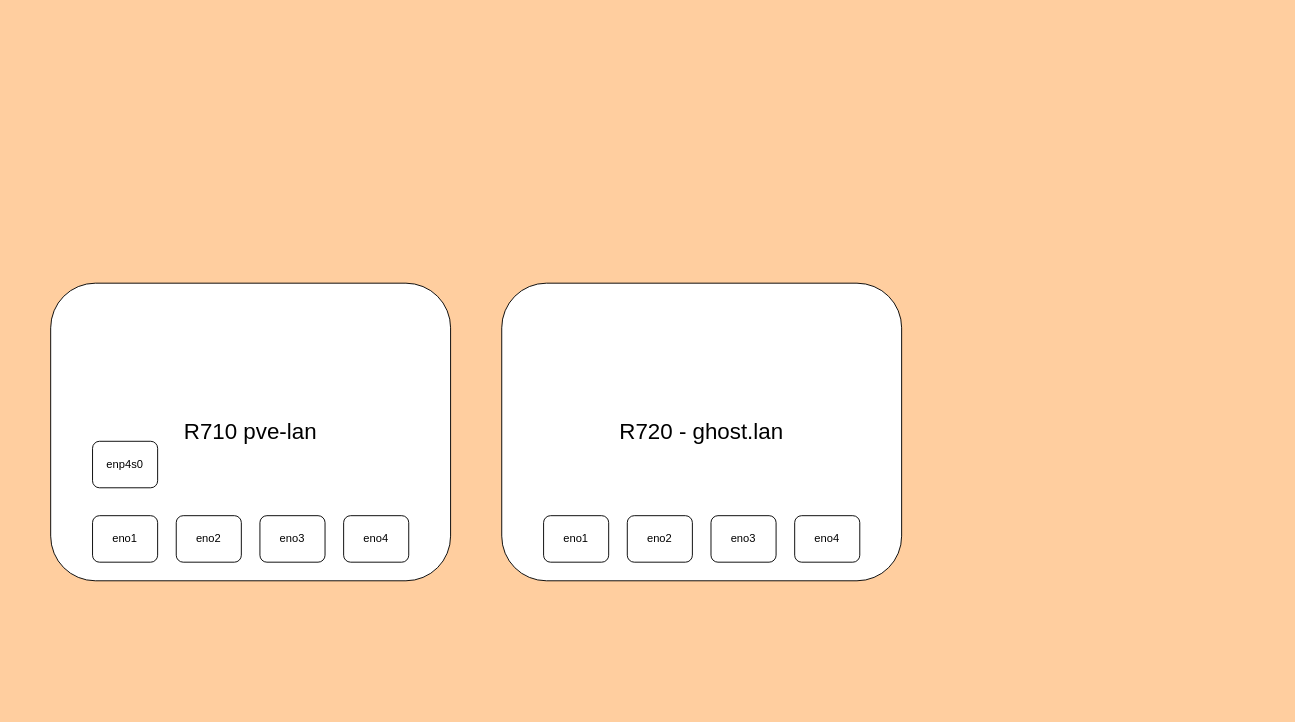
ryanthemcpherson/ryanthemcpherson.github.io keeps this draw.io diagram as Untitled Diagram.drawio. Above is the earlier version. Source tidied: cells renumbered, new cells numbered last; positions are measured from the earlier drawing's top-left corner, leaving out a move shared by most shapes. Both pictures are drawn from the tidied source at 93%, with x=0, y=0 at pixel (50, 283).
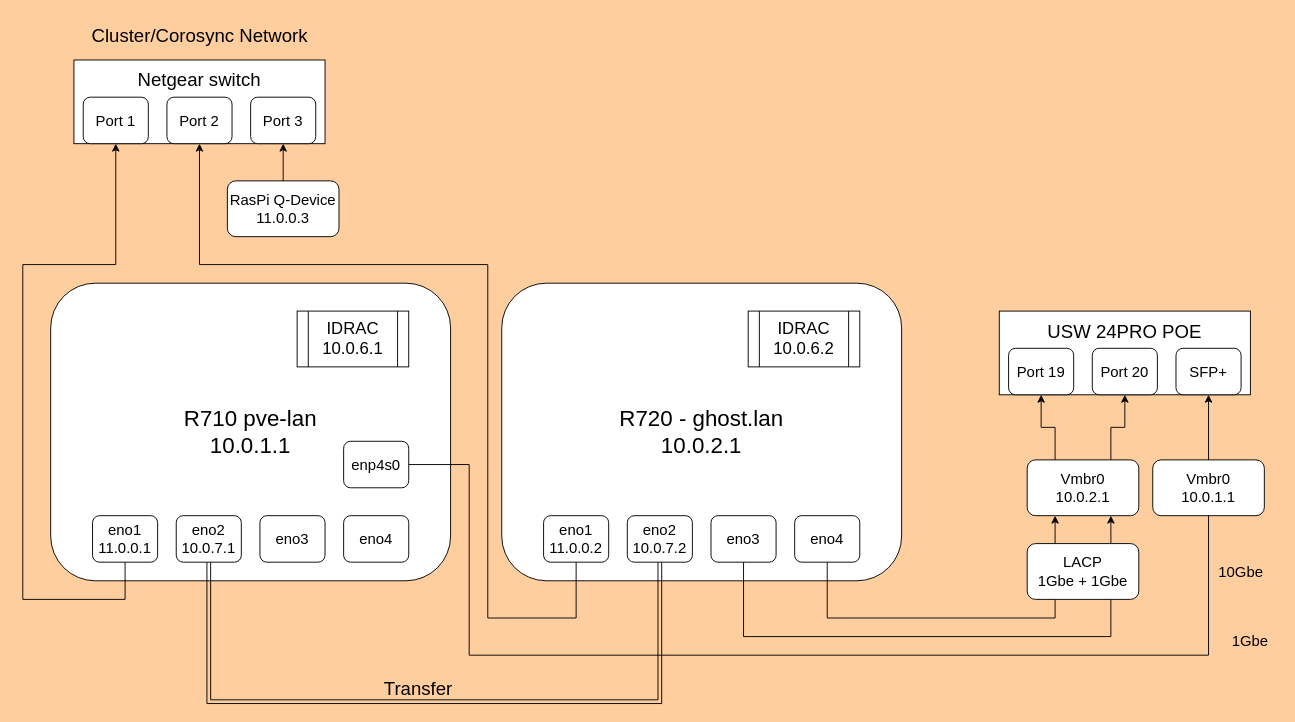
The same page after the edit.

The edit, as a diff of the source:
```diff
@@
-    <mxCell id="2" value="&lt;font style=&quot;font-size: 24px;&quot;&gt;R710 pve-lan&lt;/font&gt;" style="rounded=1;whiteSpace=wrap;html=1;" parent="1" vertex="1">
+    <mxCell id="2" value="&lt;font style=&quot;font-size: 24px;&quot;&gt;R710 pve-lan&lt;br&gt;10.0.1.1&lt;br&gt;&lt;/font&gt;" style="rounded=1;whiteSpace=wrap;html=1;" parent="1" vertex="1">
       <mxGeometry width="430" height="320" as="geometry" />
     </mxCell>
-    <mxCell id="3" value="&lt;font style=&quot;font-size: 24px;&quot;&gt;R720 - ghost.lan&lt;/font&gt;" style="rounded=1;whiteSpace=wrap;html=1;" parent="1" vertex="1">
+    <mxCell id="3" value="&lt;font style=&quot;font-size: 24px;&quot;&gt;R720 - ghost.lan&lt;br&gt;10.0.2.1&lt;br&gt;&lt;/font&gt;" style="rounded=1;whiteSpace=wrap;html=1;" parent="1" vertex="1">
       <mxGeometry x="485" width="430" height="320" as="geometry" />
     </mxCell>
+    <mxCell id="13" style="edgeStyle=orthogonalEdgeStyle;rounded=0;jettySize=auto;html=1;exitX=0.5;exitY=1;exitDx=0;exitDy=0;entryX=0.5;entryY=1;entryDx=0;entryDy=0;" parent="1" edge="1" source="4" target="32">
+      <mxGeometry relative="1" as="geometry">
+        <Array as="points">
+          <mxPoint x="565" y="360" />
+          <mxPoint x="470" y="360" />
+          <mxPoint x="470" y="-20" />
+          <mxPoint x="160" y="-20" />
+        </Array>
+      </mxGeometry>
+    </mxCell>
-    <mxCell id="4" value="eno1" style="rounded=1;whiteSpace=wrap;html=1;" parent="1" vertex="1">
+    <mxCell id="4" value="&lt;font style=&quot;font-size: 16px;&quot;&gt;eno1&lt;br&gt;11.0.0.2&lt;br&gt;&lt;/font&gt;" style="rounded=1;whiteSpace=wrap;html=1;" parent="1" vertex="1">
       <mxGeometry x="530" y="250" width="70" height="50" as="geometry" />
     </mxCell>
+    <mxCell id="14" style="edgeStyle=orthogonalEdgeStyle;rounded=0;jettySize=auto;html=1;exitX=0.5;exitY=1;exitDx=0;exitDy=0;shape=link;entryX=0.5;entryY=1;entryDx=0;entryDy=0;" parent="1" edge="1" source="5" target="9">
+      <mxGeometry relative="1" as="geometry">
+        <Array as="points">
+          <mxPoint x="655" y="450" />
+          <mxPoint x="170" y="450" />
+        </Array>
+      </mxGeometry>
+    </mxCell>
-    <mxCell id="5" value="eno2" style="rounded=1;whiteSpace=wrap;html=1;" parent="1" vertex="1">
+    <mxCell id="5" value="&lt;font style=&quot;font-size: 16px;&quot;&gt;eno2&lt;br&gt;10.0.7.2&lt;br&gt;&lt;/font&gt;" style="rounded=1;whiteSpace=wrap;html=1;" parent="1" vertex="1">
       <mxGeometry x="620" y="250" width="70" height="50" as="geometry" />
     </mxCell>
+    <mxCell id="15" style="edgeStyle=orthogonalEdgeStyle;rounded=0;jettySize=auto;html=1;exitX=0.5;exitY=1;exitDx=0;exitDy=0;entryX=0.75;entryY=1;entryDx=0;entryDy=0;" parent="1" edge="1" source="6" target="27">
+      <mxGeometry relative="1" as="geometry">
+        <Array as="points">
+          <mxPoint x="745" y="380" />
+          <mxPoint x="1140" y="380" />
+        </Array>
+      </mxGeometry>
+    </mxCell>
-    <mxCell id="6" value="eno3" style="rounded=1;whiteSpace=wrap;html=1;" parent="1" vertex="1">
+    <mxCell id="6" value="&lt;font style=&quot;font-size: 16px;&quot;&gt;eno3&lt;/font&gt;" style="rounded=1;whiteSpace=wrap;html=1;" parent="1" vertex="1">
       <mxGeometry x="710" y="250" width="70" height="50" as="geometry" />
     </mxCell>
+    <mxCell id="16" style="edgeStyle=orthogonalEdgeStyle;rounded=0;jettySize=auto;html=1;exitX=0.5;exitY=1;exitDx=0;exitDy=0;entryX=0.25;entryY=1;entryDx=0;entryDy=0;" parent="1" edge="1" source="7" target="27">
+      <mxGeometry relative="1" as="geometry">
+        <Array as="points">
+          <mxPoint x="835" y="360" />
+          <mxPoint x="1080" y="360" />
+        </Array>
+      </mxGeometry>
+    </mxCell>
-    <mxCell id="7" value="eno4" style="rounded=1;whiteSpace=wrap;html=1;" parent="1" vertex="1">
+    <mxCell id="7" value="&lt;font style=&quot;font-size: 16px;&quot;&gt;eno4&lt;/font&gt;" style="rounded=1;whiteSpace=wrap;html=1;" parent="1" vertex="1">
       <mxGeometry x="800" y="250" width="70" height="50" as="geometry" />
     </mxCell>
+    <mxCell id="17" style="edgeStyle=orthogonalEdgeStyle;rounded=0;jettySize=auto;html=1;exitX=0.5;exitY=1;exitDx=0;exitDy=0;entryX=0.5;entryY=1;entryDx=0;entryDy=0;" parent="1" edge="1" source="8" target="31">
+      <mxGeometry relative="1" as="geometry">
+        <Array as="points">
+          <mxPoint x="80" y="340" />
+          <mxPoint x="-30" y="340" />
+          <mxPoint x="-30" y="-20" />
+          <mxPoint x="70" y="-20" />
+        </Array>
+      </mxGeometry>
+    </mxCell>
-    <mxCell id="8" value="eno1" style="rounded=1;whiteSpace=wrap;html=1;" parent="1" vertex="1">
+    <mxCell id="8" value="&lt;font style=&quot;font-size: 16px;&quot;&gt;eno1&lt;br&gt;11.0.0.1&lt;br&gt;&lt;/font&gt;" style="rounded=1;whiteSpace=wrap;html=1;" parent="1" vertex="1">
       <mxGeometry x="45" y="250" width="70" height="50" as="geometry" />
     </mxCell>
-    <mxCell id="9" value="eno2" style="rounded=1;whiteSpace=wrap;html=1;" parent="1" vertex="1">
+    <mxCell id="9" value="&lt;font style=&quot;font-size: 16px;&quot;&gt;eno2&lt;br&gt;10.0.7.1&lt;br&gt;&lt;/font&gt;" style="rounded=1;whiteSpace=wrap;html=1;" parent="1" vertex="1">
       <mxGeometry x="135" y="250" width="70" height="50" as="geometry" />
     </mxCell>
-    <mxCell id="10" value="eno3" style="rounded=1;whiteSpace=wrap;html=1;" parent="1" vertex="1">
+    <mxCell id="10" value="&lt;font style=&quot;font-size: 16px;&quot;&gt;eno3&lt;/font&gt;" style="rounded=1;whiteSpace=wrap;html=1;" parent="1" vertex="1">
       <mxGeometry x="225" y="250" width="70" height="50" as="geometry" />
     </mxCell>
-    <mxCell id="11" value="eno4" style="rounded=1;whiteSpace=wrap;html=1;" parent="1" vertex="1">
+    <mxCell id="11" value="&lt;font style=&quot;font-size: 16px;&quot;&gt;eno4&lt;/font&gt;" style="rounded=1;whiteSpace=wrap;html=1;" parent="1" vertex="1">
       <mxGeometry x="315" y="250" width="70" height="50" as="geometry" />
     </mxCell>
+    <mxCell id="18" style="edgeStyle=orthogonalEdgeStyle;rounded=0;jettySize=auto;html=1;exitX=1;exitY=0.5;exitDx=0;exitDy=0;entryX=0.5;entryY=1;entryDx=0;entryDy=0;" parent="1" edge="1" source="12" target="24">
+      <mxGeometry relative="1" as="geometry">
+        <Array as="points">
+          <mxPoint x="450" y="195" />
+          <mxPoint x="450" y="400" />
+          <mxPoint x="1245" y="400" />
+        </Array>
+      </mxGeometry>
+    </mxCell>
-    <mxCell id="12" value="enp4s0" style="rounded=1;whiteSpace=wrap;html=1;" parent="1" vertex="1">
-      <mxGeometry x="45" y="170" width="70" height="50" as="geometry" />
+    <mxCell id="12" value="&lt;font style=&quot;font-size: 16px;&quot;&gt;enp4s0&lt;br&gt;&lt;/font&gt;" style="rounded=1;whiteSpace=wrap;html=1;" parent="1" vertex="1">
+      <mxGeometry x="315" y="170" width="70" height="50" as="geometry" />
     </mxCell>
+    <mxCell id="19" value="&lt;font style=&quot;font-size: 18px;&quot;&gt;IDRAC&lt;br&gt;10.0.6.1&lt;br&gt;&lt;/font&gt;" style="shape=process;whiteSpace=wrap;html=1;backgroundOutline=1;" parent="1" vertex="1">
+      <mxGeometry x="265" y="30" width="120" height="60" as="geometry" />
+    </mxCell>
+    <mxCell id="20" value="&lt;font style=&quot;font-size: 18px;&quot;&gt;IDRAC&lt;br&gt;10.0.6.2&lt;br&gt;&lt;/font&gt;" style="shape=process;whiteSpace=wrap;html=1;backgroundOutline=1;" parent="1" vertex="1">
+      <mxGeometry x="750" y="30" width="120" height="60" as="geometry" />
+    </mxCell>
+    <mxCell id="21" value="&lt;font style=&quot;font-size: 20px;&quot;&gt;USW 24PRO POE&lt;br&gt;&lt;br&gt;&lt;br&gt;&lt;/font&gt;" style="rounded=0;whiteSpace=wrap;html=1;" parent="1" vertex="1">
+      <mxGeometry x="1020" y="30" width="270" height="90" as="geometry" />
+    </mxCell>
+    <mxCell id="22" value="&lt;font style=&quot;font-size: 16px;&quot;&gt;Port 19&lt;/font&gt;" style="rounded=1;whiteSpace=wrap;html=1;" parent="1" vertex="1">
+      <mxGeometry x="1030" y="70" width="70" height="50" as="geometry" />
+    </mxCell>
+    <mxCell id="23" value="&lt;font style=&quot;font-size: 16px;&quot;&gt;Port 20&lt;/font&gt;" style="rounded=1;whiteSpace=wrap;html=1;" parent="1" vertex="1">
+      <mxGeometry x="1120" y="70" width="70" height="50" as="geometry" />
+    </mxCell>
+    <mxCell id="24" value="&lt;font style=&quot;font-size: 16px;&quot;&gt;SFP+&lt;/font&gt;" style="rounded=1;whiteSpace=wrap;html=1;" parent="1" vertex="1">
+      <mxGeometry x="1210" y="70" width="70" height="50" as="geometry" />
+    </mxCell>
+    <mxCell id="25" style="edgeStyle=orthogonalEdgeStyle;rounded=0;jettySize=auto;html=1;exitX=0.25;exitY=0;exitDx=0;exitDy=0;entryX=0.5;entryY=1;entryDx=0;entryDy=0;" parent="1" edge="1" source="27" target="22">
+      <mxGeometry relative="1" as="geometry" />
+    </mxCell>
+    <mxCell id="26" style="edgeStyle=orthogonalEdgeStyle;rounded=0;jettySize=auto;html=1;exitX=0.75;exitY=0;exitDx=0;exitDy=0;entryX=0.5;entryY=1;entryDx=0;entryDy=0;" parent="1" edge="1" source="27" target="23">
+      <mxGeometry relative="1" as="geometry" />
+    </mxCell>
+    <mxCell id="27" value="&lt;span style=&quot;font-size: 16px;&quot;&gt;Vmbr0&lt;br style=&quot;font-size: 16px;&quot;&gt;&lt;/span&gt;10.0.2.1" style="rounded=1;whiteSpace=wrap;html=1;fontSize=16;" parent="1" vertex="1">
+      <mxGeometry x="1050" y="190" width="120" height="60" as="geometry" />
+    </mxCell>
+    <mxCell id="28" style="edgeStyle=orthogonalEdgeStyle;rounded=0;jettySize=auto;html=1;exitX=0.5;exitY=0;exitDx=0;exitDy=0;" parent="1" edge="1" source="29" target="33">
+      <mxGeometry relative="1" as="geometry" />
+    </mxCell>
+    <mxCell id="29" value="RasPi Q-Device&lt;br&gt;11.0.0.3" style="rounded=1;whiteSpace=wrap;html=1;fontSize=16;" parent="1" vertex="1">
+      <mxGeometry x="190" y="-110" width="120" height="60" as="geometry" />
+    </mxCell>
+    <mxCell id="30" value="&lt;font style=&quot;font-size: 20px;&quot;&gt;Netgear switch&lt;br&gt;&lt;br&gt;&lt;br&gt;&lt;/font&gt;" style="rounded=0;whiteSpace=wrap;html=1;" parent="1" vertex="1">
+      <mxGeometry x="25" y="-240" width="270" height="90" as="geometry" />
+    </mxCell>
+    <mxCell id="31" value="&lt;font style=&quot;font-size: 16px;&quot;&gt;Port 1&lt;/font&gt;" style="rounded=1;whiteSpace=wrap;html=1;" parent="1" vertex="1">
+      <mxGeometry x="35" y="-200" width="70" height="50" as="geometry" />
+    </mxCell>
+    <mxCell id="32" value="&lt;font style=&quot;font-size: 16px;&quot;&gt;Port 2&lt;/font&gt;" style="rounded=1;whiteSpace=wrap;html=1;" parent="1" vertex="1">
+      <mxGeometry x="125" y="-200" width="70" height="50" as="geometry" />
+    </mxCell>
+    <mxCell id="33" value="&lt;font style=&quot;font-size: 16px;&quot;&gt;Port 3&lt;/font&gt;" style="rounded=1;whiteSpace=wrap;html=1;" parent="1" vertex="1">
+      <mxGeometry x="215" y="-200" width="70" height="50" as="geometry" />
+    </mxCell>
+    <mxCell id="34" value="&lt;span style=&quot;font-size: 16px;&quot;&gt;Vmbr0&lt;br style=&quot;font-size: 16px;&quot;&gt;&lt;/span&gt;10.0.1.1" style="rounded=1;whiteSpace=wrap;html=1;fontSize=16;" parent="1" vertex="1">
+      <mxGeometry x="1185" y="190" width="120" height="60" as="geometry" />
+    </mxCell>
+    <mxCell id="35" value="LACP&lt;br&gt;1Gbe + 1Gbe" style="rounded=1;whiteSpace=wrap;html=1;fontSize=16;" parent="1" vertex="1">
+      <mxGeometry x="1050" y="280" width="120" height="60" as="geometry" />
+    </mxCell>
+    <mxCell id="36" value="&lt;font style=&quot;font-size: 16px;&quot;&gt;10Gbe&lt;br&gt;&lt;/font&gt;" style="text;strokeColor=none;align=center;fillColor=none;html=1;verticalAlign=middle;whiteSpace=wrap;rounded=0;" parent="1" vertex="1">
+      <mxGeometry x="1250" y="295" width="60" height="30" as="geometry" />
+    </mxCell>
+    <mxCell id="37" value="&lt;font style=&quot;font-size: 16px;&quot;&gt;1Gbe&lt;br&gt;&lt;/font&gt;" style="text;strokeColor=none;align=center;fillColor=none;html=1;verticalAlign=middle;whiteSpace=wrap;rounded=0;" parent="1" vertex="1">
+      <mxGeometry x="1260" y="370" width="60" height="30" as="geometry" />
+    </mxCell>
+    <mxCell id="38" value="Cluster/Corosync Network" style="text;html=1;align=center;verticalAlign=middle;strokeColor=none;fillColor=none;fontSize=20;" parent="1" vertex="1">
+      <mxGeometry x="30" y="-287" width="260" height="40" as="geometry" />
+    </mxCell>
+    <mxCell id="39" value="Transfer" style="text;html=1;align=center;verticalAlign=middle;strokeColor=none;fillColor=none;fontSize=20;" parent="1" vertex="1">
+      <mxGeometry x="345" y="415" width="100" height="40" as="geometry" />
+    </mxCell>
```
